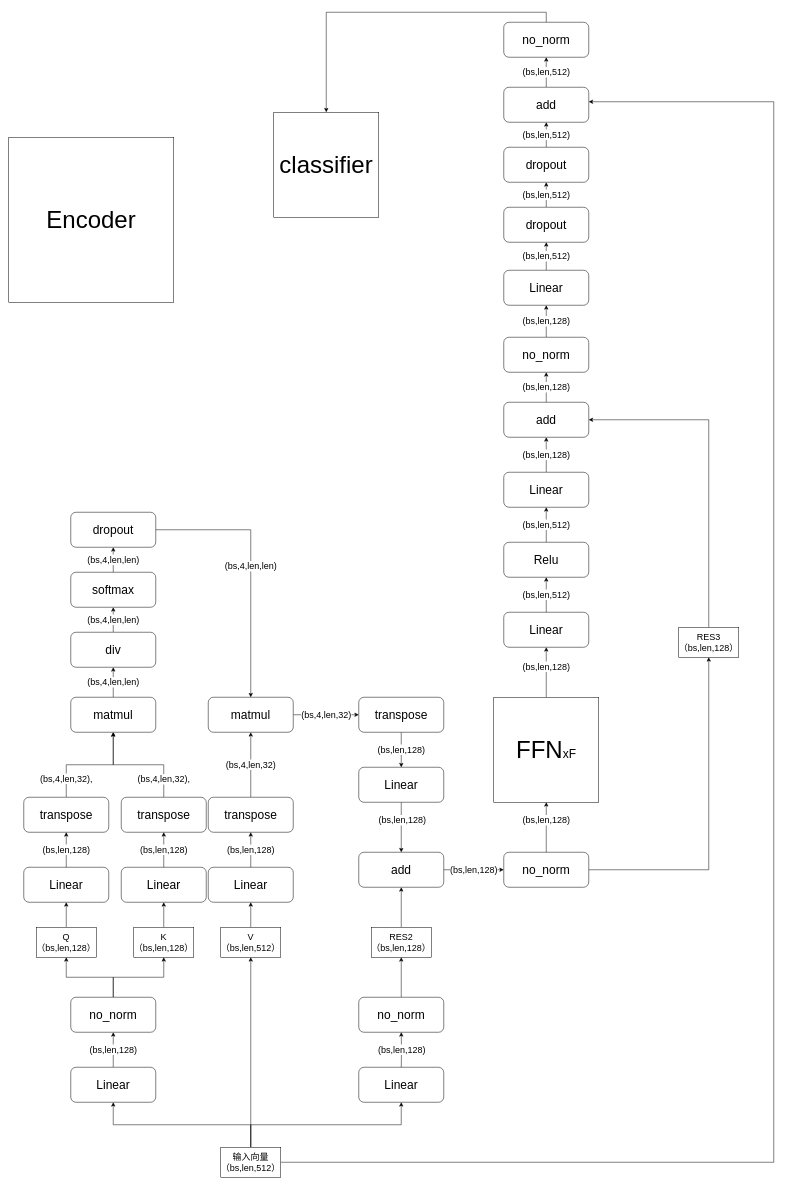
Above: Untitled Diagram.drawio in irfan11111111/bert_page (draw.io), before the change. Source tidied: cells renumbered, new cells numbered last; positions are measured from the earlier drawing's top-left corner, leaving out a move shared by most shapes. Both pictures are drawn from the tidied source at 50%, with x=0, y=0 at pixel (8, 22).
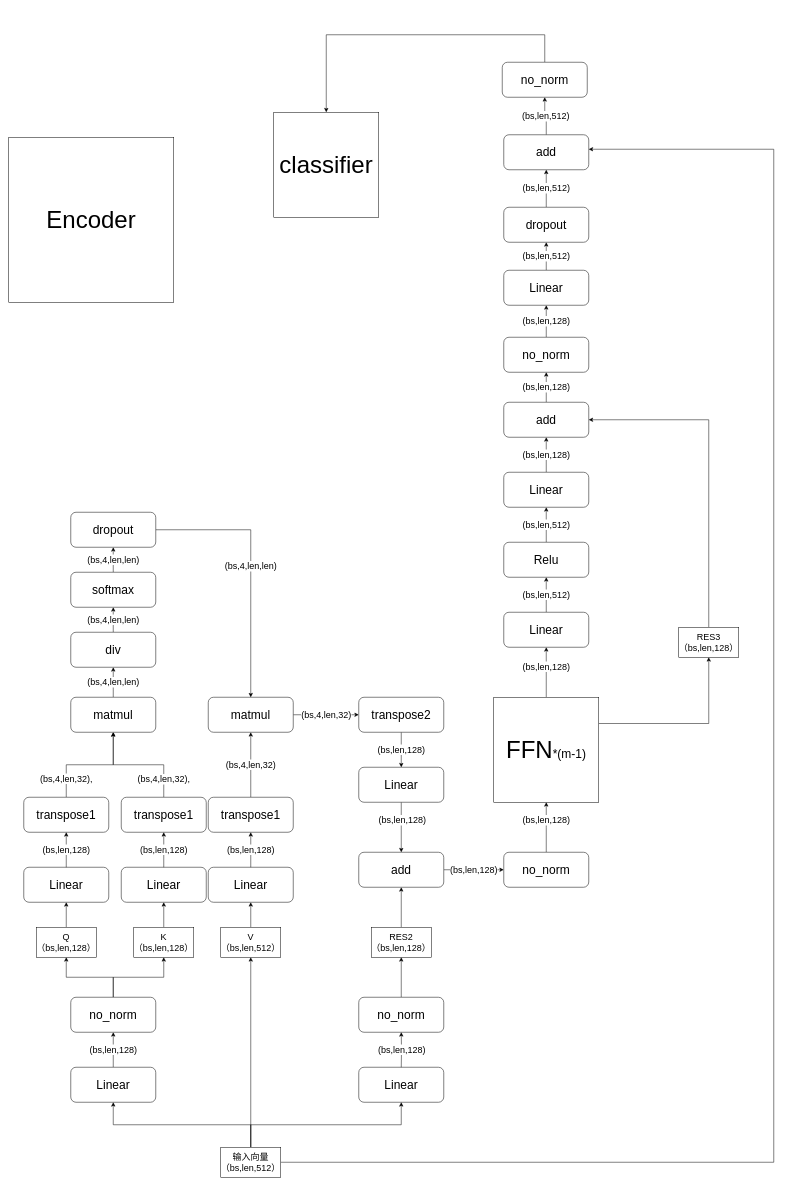
The same page after the edit.

Unchanged cells that the change refers to:
```xml
<mxCell id="9" value="&lt;font style=&quot;font-size: 18px&quot;&gt;输入向量&lt;br&gt;（bs,len,512）&lt;/font&gt;" style="rounded=0;whiteSpace=wrap;html=1;" parent="1" vertex="1">
  <mxGeometry x="424" y="2250" width="120" height="60" as="geometry" />
</mxCell>
<mxCell id="56" value="&lt;font style=&quot;font-size: 24px&quot;&gt;no_norm&lt;/font&gt;" style="rounded=1;whiteSpace=wrap;html=1;" parent="1" vertex="1">
  <mxGeometry x="990" y="1660" width="170" height="70" as="geometry" />
</mxCell>
<mxCell id="71" value="&lt;font style=&quot;font-size: 18px&quot;&gt;RES3&lt;br&gt;（bs,len,128）&lt;/font&gt;" style="rounded=0;whiteSpace=wrap;html=1;" parent="1" vertex="1">
  <mxGeometry x="1340" y="1210" width="120" height="60" as="geometry" />
</mxCell>
<mxCell id="75" value="&lt;font style=&quot;font-size: 24px&quot;&gt;dropout&lt;/font&gt;" style="rounded=1;whiteSpace=wrap;html=1;" parent="1" vertex="1">
  <mxGeometry x="990" y="370" width="170" height="70" as="geometry" />
</mxCell>
<mxCell id="82" value="&lt;font style=&quot;font-size: 48px&quot;&gt;classifier&lt;/font&gt;" style="whiteSpace=wrap;html=1;" parent="1" vertex="1">
  <mxGeometry x="530" y="180" width="210" height="210" as="geometry" />
</mxCell>
```

What changed in the source:
```diff
@@
     <mxCell id="8" style="edgeStyle=orthogonalEdgeStyle;rounded=0;jettySize=auto;html=1;exitX=1;exitY=0.5;exitDx=0;exitDy=0;entryX=1;entryY=0.414;entryDx=0;entryDy=0;entryPerimeter=0;" parent="1" edge="1" source="9" target="79">
       <mxGeometry relative="1" as="geometry">
         <Array as="points">
           <mxPoint x="1530" y="2280" />
-          <mxPoint x="1530" y="159" />
+          <mxPoint x="1530" y="254" />
         </Array>
       </mxGeometry>
     </mxCell>
@@
-    <mxCell id="26" value="&lt;font style=&quot;font-size: 24px&quot;&gt;transpose&lt;/font&gt;" style="rounded=1;whiteSpace=wrap;html=1;" parent="1" vertex="1">
+    <mxCell id="26" value="&lt;font style=&quot;font-size: 24px&quot;&gt;transpose1&lt;/font&gt;" style="rounded=1;whiteSpace=wrap;html=1;" parent="1" vertex="1">
       <mxGeometry x="30" y="1550" width="170" height="70" as="geometry" />
     </mxCell>
@@
-    <mxCell id="30" value="&lt;span style=&quot;font-size: 24px&quot;&gt;transpose&lt;/span&gt;" style="rounded=1;whiteSpace=wrap;html=1;" parent="1" vertex="1">
+    <mxCell id="30" value="&lt;span style=&quot;font-size: 24px&quot;&gt;transpose1&lt;/span&gt;" style="rounded=1;whiteSpace=wrap;html=1;" parent="1" vertex="1">
       <mxGeometry x="225" y="1550" width="170" height="70" as="geometry" />
     </mxCell>
@@
-    <mxCell id="34" value="&lt;span style=&quot;font-size: 24px&quot;&gt;transpose&lt;/span&gt;" style="rounded=1;whiteSpace=wrap;html=1;" parent="1" vertex="1">
+    <mxCell id="34" value="&lt;span style=&quot;font-size: 24px&quot;&gt;transpose1&lt;/span&gt;" style="rounded=1;whiteSpace=wrap;html=1;" parent="1" vertex="1">
       <mxGeometry x="399" y="1550" width="170" height="70" as="geometry" />
     </mxCell>
@@
-    <mxCell id="47" value="&lt;font style=&quot;font-size: 24px&quot;&gt;transpose&lt;/font&gt;" style="rounded=1;whiteSpace=wrap;html=1;" parent="1" vertex="1">
+    <mxCell id="47" value="&lt;font style=&quot;font-size: 24px&quot;&gt;transpose2&lt;/font&gt;" style="rounded=1;whiteSpace=wrap;html=1;" parent="1" vertex="1">
       <mxGeometry x="700" y="1350" width="170" height="70" as="geometry" />
     </mxCell>
@@
-    <mxCell id="55" style="edgeStyle=orthogonalEdgeStyle;rounded=0;jettySize=auto;html=1;exitX=1;exitY=0.5;exitDx=0;exitDy=0;entryX=0.5;entryY=1;entryDx=0;entryDy=0;" parent="1" edge="1" source="56" target="71">
-      <mxGeometry relative="1" as="geometry" />
-    </mxCell>
@@
+    <mxCell id="84" style="edgeStyle=orthogonalEdgeStyle;rounded=0;jettySize=auto;html=1;exitX=1;exitY=0.25;exitDx=0;exitDy=0;entryX=0.5;entryY=1;entryDx=0;entryDy=0;" parent="1" edge="1" source="59" target="71">
+      <mxGeometry relative="1" as="geometry" />
+    </mxCell>
-    <mxCell id="59" value="&lt;font style=&quot;font-size: 48px&quot;&gt;FFN&lt;/font&gt;&lt;font style=&quot;font-size: 24px&quot;&gt;xF&lt;/font&gt;" style="whiteSpace=wrap;html=1;" parent="1" vertex="1">
+    <mxCell id="59" value="&lt;font style=&quot;font-size: 48px&quot;&gt;FFN&lt;/font&gt;&lt;font style=&quot;font-size: 24px&quot;&gt;*(m-1)&lt;/font&gt;" style="whiteSpace=wrap;html=1;" parent="1" vertex="1">
       <mxGeometry x="970" y="1350" width="210" height="210" as="geometry" />
     </mxCell>
@@
-    <mxCell id="74" value="&lt;font style=&quot;font-size: 18px&quot;&gt;(bs,len,512)&lt;/font&gt;" style="edgeStyle=orthogonalEdgeStyle;rounded=0;jettySize=auto;html=1;exitX=0.5;exitY=0;exitDx=0;exitDy=0;entryX=0.5;entryY=1;entryDx=0;entryDy=0;" parent="1" edge="1" source="75" target="77">
+    <mxCell id="74" value="&lt;font style=&quot;font-size: 18px&quot;&gt;(bs,len,512)&lt;/font&gt;" style="edgeStyle=orthogonalEdgeStyle;rounded=0;jettySize=auto;html=1;exitX=0.5;exitY=0;exitDx=0;exitDy=0;entryX=0.5;entryY=1;entryDx=0;entryDy=0;" parent="1" edge="1" source="75" target="79">
       <mxGeometry relative="1" as="geometry" />
     </mxCell>
@@
-    <mxCell id="76" value="&lt;font style=&quot;font-size: 18px&quot;&gt;(bs,len,512)&lt;/font&gt;" style="edgeStyle=orthogonalEdgeStyle;rounded=0;jettySize=auto;html=1;exitX=0.5;exitY=0;exitDx=0;exitDy=0;entryX=0.5;entryY=1;entryDx=0;entryDy=0;" parent="1" edge="1" source="77" target="79">
-      <mxGeometry relative="1" as="geometry" />
-    </mxCell>
-    <mxCell id="77" value="&lt;font style=&quot;font-size: 24px&quot;&gt;dropout&lt;/font&gt;" style="rounded=1;whiteSpace=wrap;html=1;" parent="1" vertex="1">
-      <mxGeometry x="990" y="250" width="170" height="70" as="geometry" />
-    </mxCell>
@@
     <mxCell id="79" value="&lt;font style=&quot;font-size: 24px&quot;&gt;add&lt;/font&gt;" style="rounded=1;whiteSpace=wrap;html=1;" parent="1" vertex="1">
-      <mxGeometry x="990" y="130" width="170" height="70" as="geometry" />
+      <mxGeometry x="990" y="225" width="170" height="70" as="geometry" />
     </mxCell>
     <mxCell id="80" style="edgeStyle=orthogonalEdgeStyle;rounded=0;jettySize=auto;html=1;exitX=0.5;exitY=0;exitDx=0;exitDy=0;entryX=0.5;entryY=0;entryDx=0;entryDy=0;" parent="1" edge="1" source="81" target="82">
-      <mxGeometry relative="1" as="geometry" />
+      <mxGeometry relative="1" as="geometry">
+        <Array as="points">
+          <mxPoint x="1072" y="25" />
+          <mxPoint x="635" y="25" />
+        </Array>
+      </mxGeometry>
     </mxCell>
     <mxCell id="81" value="&lt;font style=&quot;font-size: 24px&quot;&gt;no_norm&lt;/font&gt;" style="rounded=1;whiteSpace=wrap;html=1;" parent="1" vertex="1">
-      <mxGeometry x="990" width="170" height="70" as="geometry" />
+      <mxGeometry x="987" y="80" width="170" height="70" as="geometry" />
     </mxCell>
```
